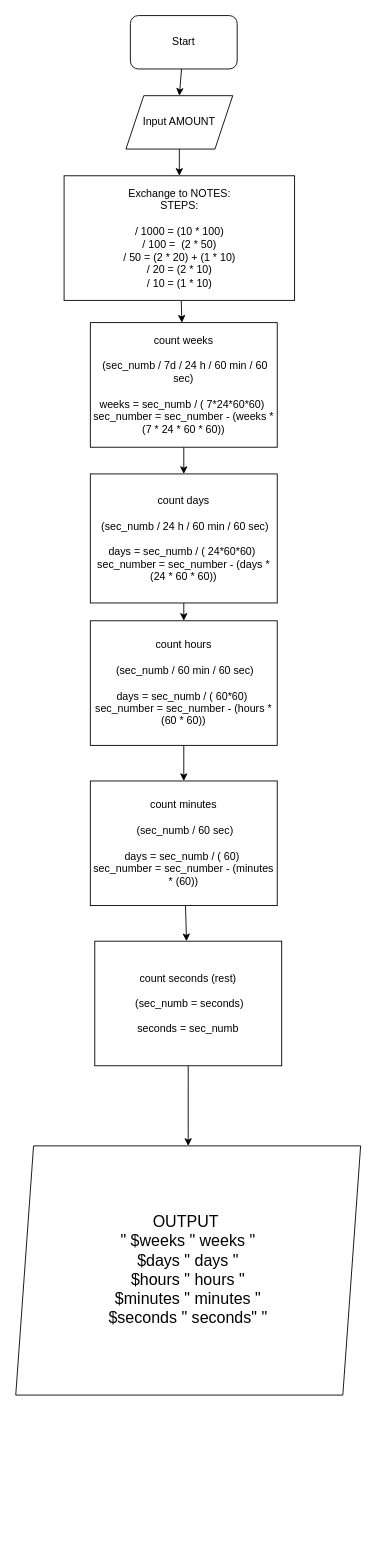
Before: page "a ATM" (2 of 3) of Gerlinde/intermediate/intermediate.drawio in Gerlinde888/FE16-AlgoDS-Day1-Sanja-Gerlinde, a draw.io diagram. Source tidied: cells renumbered, new cells numbered last; positions are measured from the earlier drawing's top-left corner, leaving out a move shared by most shapes. Both pictures are drawn from the tidied source at 89%, with x=0, y=0 at pixel (15, 15).
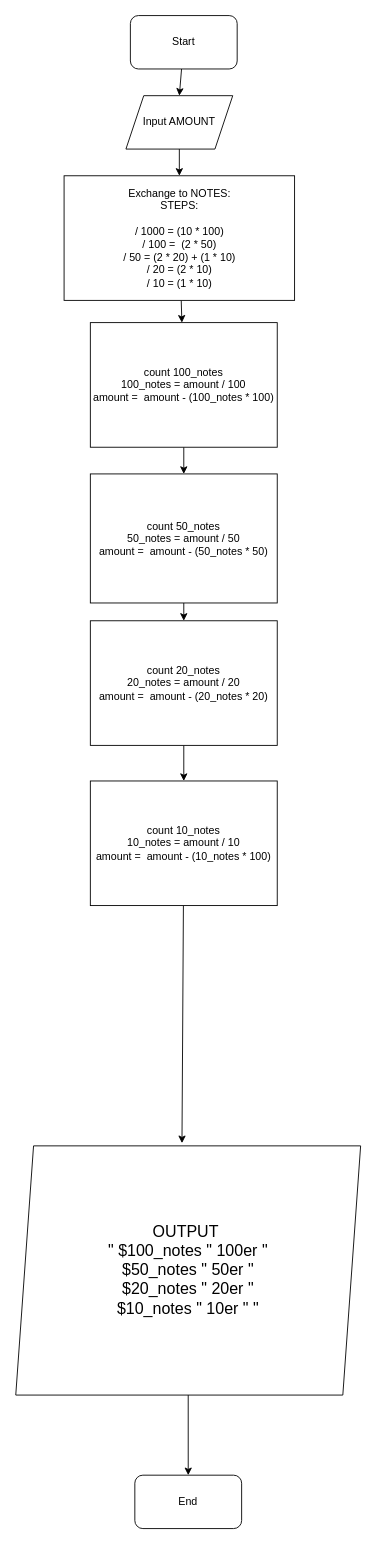
Above is the later version.

What changed in the source:
```diff
@@
 <mxGraphModel>
   <root>
     <mxCell id="0" />
     <mxCell id="1" parent="0" />
     <mxCell id="2" style="edgeStyle=none;html=1;entryX=0.5;entryY=0;entryDx=0;entryDy=0;" parent="1" edge="1" source="3" target="7">
       <mxGeometry relative="1" as="geometry" />
     </mxCell>
     <mxCell id="3" value="Start" style="rounded=1;whiteSpace=wrap;html=1;" parent="1" vertex="1">
       <mxGeometry x="129" width="120" height="60" as="geometry" />
     </mxCell>
     <mxCell id="4" style="edgeStyle=none;html=1;" parent="1" edge="1" source="5" target="9">
       <mxGeometry relative="1" as="geometry" />
     </mxCell>
     <mxCell id="5" value="Exchange to NOTES:&lt;br&gt;STEPS:&lt;br&gt;&lt;br&gt;/ 1000 = (10 * 100)&lt;br&gt;/ 100 =&amp;nbsp; (2 * 50)&lt;br&gt;/ 50 = (2 * 20) + (1 * 10)&lt;br&gt;/ 20 = (2 * 10)&lt;br&gt;/ 10 = (1 * 10)" style="rounded=0;whiteSpace=wrap;html=1;" parent="1" vertex="1">
       <mxGeometry x="54.5" y="180" width="259" height="140" as="geometry" />
     </mxCell>
     <mxCell id="6" style="edgeStyle=none;html=1;" parent="1" edge="1" source="7" target="5">
       <mxGeometry relative="1" as="geometry" />
     </mxCell>
     <mxCell id="7" value="Input AMOUNT" style="shape=parallelogram;perimeter=parallelogramPerimeter;whiteSpace=wrap;html=1;fixedSize=1;" parent="1" vertex="1">
       <mxGeometry x="124" y="90" width="120" height="60" as="geometry" />
     </mxCell>
     <mxCell id="8" style="edgeStyle=none;html=1;" parent="1" edge="1" source="9" target="11">
       <mxGeometry relative="1" as="geometry" />
     </mxCell>
-    <mxCell id="9" value="count weeks&lt;br&gt;&lt;br&gt;&amp;nbsp;(sec_numb / 7d / 24 h / 60 min / 60 sec)&lt;br&gt;&lt;br&gt;weeks = sec_numb / ( 7*24*60*60)&amp;nbsp;&lt;br&gt;sec_number = sec_number - (weeks * (7 * 24 * 60 * 60))&lt;br&gt;" style="rounded=0;whiteSpace=wrap;html=1;" parent="1" vertex="1">
+    <mxCell id="9" value="count 100_notes&lt;br&gt;100_notes = amount / 100&lt;br&gt;amount =&amp;nbsp; amount - (100_notes * 100)" style="rounded=0;whiteSpace=wrap;html=1;" parent="1" vertex="1">
       <mxGeometry x="84" y="345" width="210" height="140" as="geometry" />
     </mxCell>
     <mxCell id="10" style="edgeStyle=none;html=1;" parent="1" edge="1" source="11" target="13">
       <mxGeometry relative="1" as="geometry" />
     </mxCell>
-    <mxCell id="11" value="count days&lt;br&gt;&lt;br&gt;&amp;nbsp;(sec_numb / 24 h / 60 min / 60 sec)&lt;br&gt;&lt;br&gt;days = sec_numb / ( 24*60*60)&amp;nbsp;&lt;br&gt;sec_number = sec_number - (days * (24 * 60 * 60))" style="rounded=0;whiteSpace=wrap;html=1;" parent="1" vertex="1">
+    <mxCell id="11" value="count 50_notes&lt;br&gt;50_notes = amount / 50&lt;br&gt;amount =&amp;nbsp; amount - (50_notes * 50)" style="rounded=0;whiteSpace=wrap;html=1;" parent="1" vertex="1">
       <mxGeometry x="84" y="515" width="210" height="145" as="geometry" />
     </mxCell>
     <mxCell id="12" style="edgeStyle=none;html=1;" parent="1" edge="1" source="13" target="15">
       <mxGeometry relative="1" as="geometry" />
     </mxCell>
-    <mxCell id="13" value="count hours&lt;br&gt;&lt;br&gt;&amp;nbsp;(sec_numb / 60 min / 60 sec)&lt;br&gt;&lt;br&gt;days = sec_numb / ( 60*60)&amp;nbsp;&lt;br&gt;sec_number = sec_number - (hours * (60 * 60))" style="rounded=0;whiteSpace=wrap;html=1;" parent="1" vertex="1">
+    <mxCell id="13" value="count 20_notes&lt;br&gt;20_notes = amount / 20&lt;br&gt;amount =&amp;nbsp; amount - (20_notes * 20)" style="rounded=0;whiteSpace=wrap;html=1;" parent="1" vertex="1">
       <mxGeometry x="84" y="680" width="210" height="140" as="geometry" />
     </mxCell>
-    <mxCell id="14" style="edgeStyle=none;html=1;" parent="1" edge="1" source="15" target="17">
+    <mxCell id="14" style="edgeStyle=none;html=1;entryX=0.482;entryY=-0.011;entryDx=0;entryDy=0;entryPerimeter=0;" parent="1" edge="1" source="15" target="18">
       <mxGeometry relative="1" as="geometry" />
     </mxCell>
-    <mxCell id="15" value="count minutes&lt;br&gt;&lt;br&gt;&amp;nbsp;(sec_numb / 60 sec)&lt;br&gt;&lt;br&gt;days = sec_numb / ( 60)&amp;nbsp;&lt;br&gt;sec_number = sec_number - (minutes * (60))" style="rounded=0;whiteSpace=wrap;html=1;" parent="1" vertex="1">
+    <mxCell id="15" value="count 10_notes&lt;br&gt;10_notes = amount / 10&lt;br&gt;amount =&amp;nbsp; amount - (10_notes * 100)" style="rounded=0;whiteSpace=wrap;html=1;" parent="1" vertex="1">
       <mxGeometry x="84" y="860" width="210" height="140" as="geometry" />
     </mxCell>
-    <mxCell id="16" style="edgeStyle=none;html=1;entryX=0.5;entryY=0;entryDx=0;entryDy=0;" parent="1" edge="1" source="17" target="18">
-      <mxGeometry relative="1" as="geometry" />
-    </mxCell>
-    <mxCell id="17" value="count seconds (rest)&lt;br&gt;&lt;br&gt;&amp;nbsp;(sec_numb = seconds)&lt;br&gt;&lt;br&gt;seconds = sec_numb" style="rounded=0;whiteSpace=wrap;html=1;" parent="1" vertex="1">
-      <mxGeometry x="89" y="1040" width="210" height="140" as="geometry" />
-    </mxCell>
+    <mxCell id="19" style="edgeStyle=none;html=1;fontSize=18;" parent="1" edge="1" source="18" target="20">
+      <mxGeometry relative="1" as="geometry" />
+    </mxCell>
-    <mxCell id="18" value="&lt;font style=&quot;font-size: 18px&quot;&gt;OUTPUT&amp;nbsp; &lt;br&gt;&quot; $weeks &quot; weeks &quot; &lt;br&gt;$days &quot; days &quot; &lt;br&gt;$hours &quot; hours &quot; &lt;br&gt;$minutes &quot; minutes &quot; &lt;br&gt;$seconds &quot; seconds&quot; &quot;&lt;/font&gt;" style="shape=parallelogram;perimeter=parallelogramPerimeter;whiteSpace=wrap;html=1;fixedSize=1;" parent="1" vertex="1">
+    <mxCell id="18" value="&lt;font style=&quot;font-size: 18px&quot;&gt;OUTPUT&amp;nbsp; &lt;br&gt;&quot; $100_notes &quot; 100er &quot; &lt;br&gt;$50_notes &quot; 50er &quot; &lt;br&gt;$20_notes &quot; 20er &quot; &lt;br&gt;$10_notes &quot; 10er &quot;&amp;nbsp;&quot;&lt;/font&gt;" style="shape=parallelogram;perimeter=parallelogramPerimeter;whiteSpace=wrap;html=1;fixedSize=1;" parent="1" vertex="1">
       <mxGeometry x="0.2" y="1270" width="387.5" height="280" as="geometry" />
     </mxCell>
+    <mxCell id="20" value="End" style="rounded=1;whiteSpace=wrap;html=1;" parent="1" vertex="1">
+      <mxGeometry x="134" y="1640" width="120" height="60" as="geometry" />
+    </mxCell>
   </root>
 </mxGraphModel>
```
